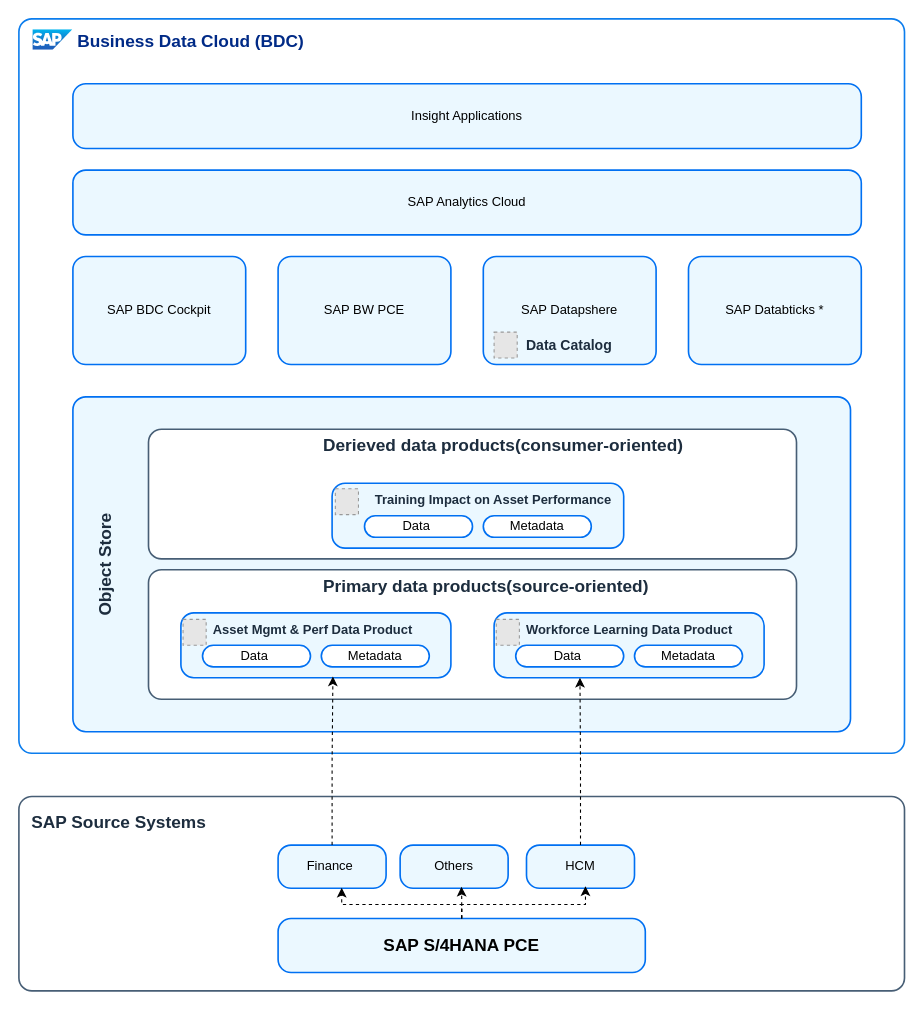
This is page "Page-1" (1 of 2) of docs/ref-arch/RA0013/1-data-products-in-sap-business-data-cloud/drawio/bdc-dataproduct1.drawio from SAP/architecture-center, a draw.io file, before an edit. Source tidied: cells renumbered, new cells numbered last; positions are measured from the earlier drawing's top-left corner, leaving out a move shared by most shapes. Both pictures are drawn from the tidied source at 108%, with x=0, y=0 at pixel (18, 18). Pictures stored in the file or linked from it are replaced by grey dashed boxes.
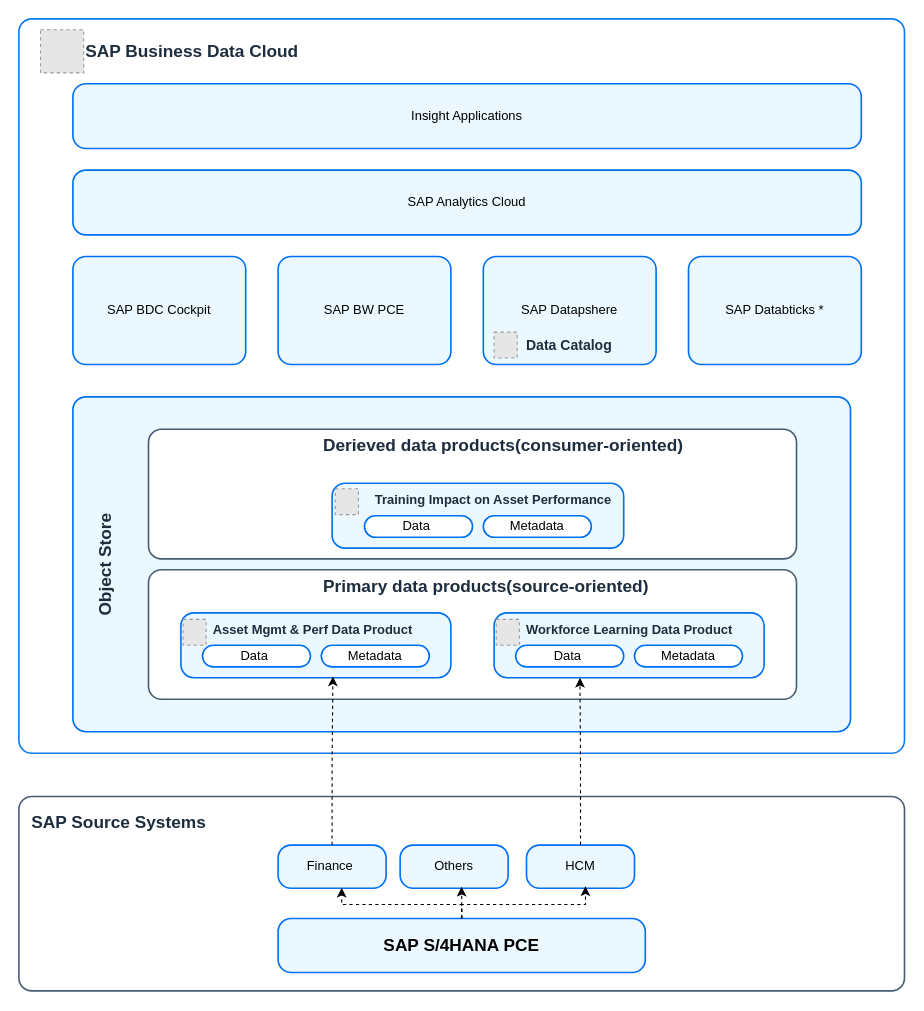
Above is the later version.

The edit, as a diff of the source:
```diff
@@
-    <mxCell id="15" value=" Business Data Cloud (BDC)" style="image;image=img/lib/sap/SAP_Logo.svg;editableCssRules=.*;verticalLabelPosition=middle;labelBackgroundColor=none;verticalAlign=middle;imageAspect=0;labelPosition=right;align=left;fontSize=16;fontStyle=1;spacingLeft=0;fontColor=#002A86;spacing=0;" parent="1" vertex="1">
-      <mxGeometry x="13" y="10" width="37" height="19" as="geometry" />
-    </mxCell>
@@
+    <mxCell id="49" style="fillColor=#E6E6E6;strokeColor=#999999;dashed=1;verticalLabelPosition=bottom;labelBackgroundColor=default;verticalAlign=top;fontSize=12;fontColor=#1D2D3E;fontStyle=0;" parent="1" vertex="1">
+      <mxGeometry x="20" y="10" width="40" height="40" as="geometry" />
+    </mxCell>
+    <mxCell id="50" value="&lt;font face=&quot;arial&quot; style=&quot;font-size: 16px;&quot;&gt;&lt;b style=&quot;font-size: 16px;&quot;&gt;SAP Business Data Cloud&lt;/b&gt;&lt;/font&gt;" style="text;html=1;align=left;verticalAlign=middle;strokeColor=none;fillColor=none;fontSize=12;fontColor=#1d2d3e;fontFamily=Helvetica;" parent="1" vertex="1">
+      <mxGeometry x="60" y="15" width="220" height="30" as="geometry" />
+    </mxCell>
```
